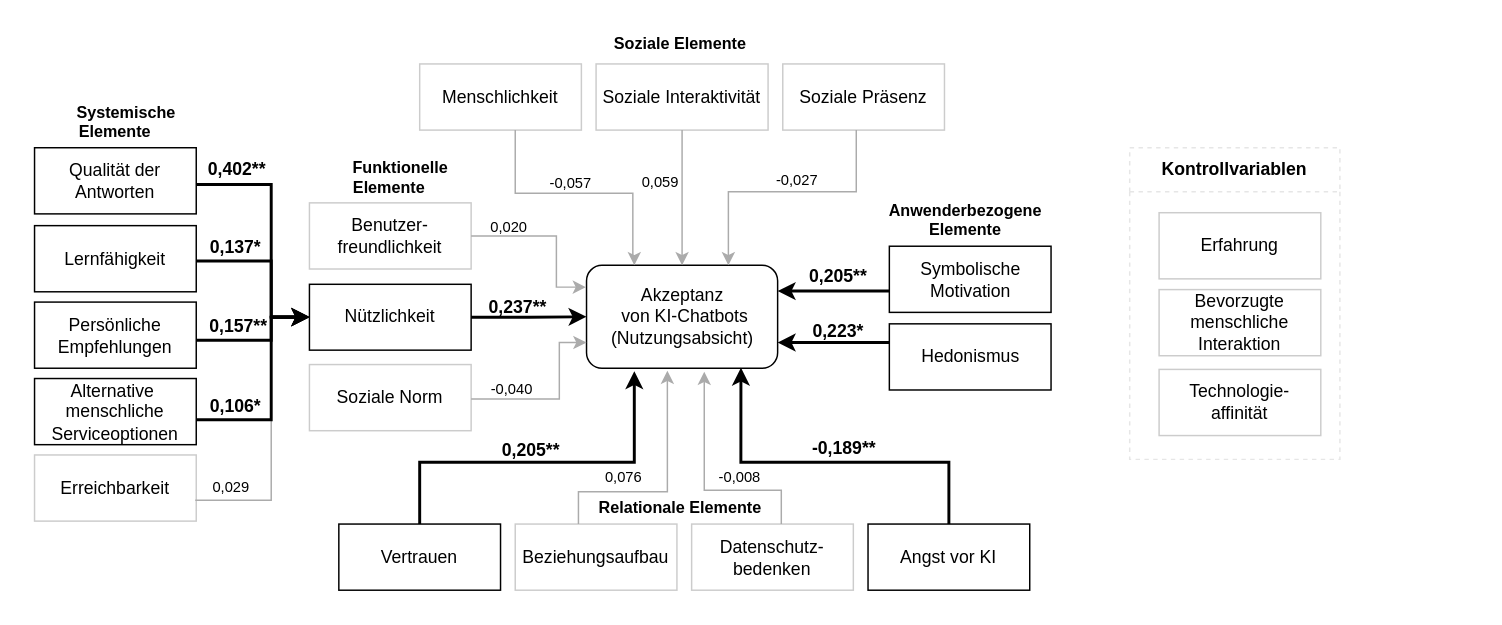
This is page "Kopie von Hypothesen" (5 of 8) of sRAM.drawio from Frododo12/Web-Technologie, a draw.io file, before an edit. Source tidied: cells renumbered, new cells numbered last; positions are measured from the earlier drawing's top-left corner, leaving out a move shared by most shapes. Both pictures are drawn from the tidied source at 147%, with x=0, y=0 at pixel (25, 25).
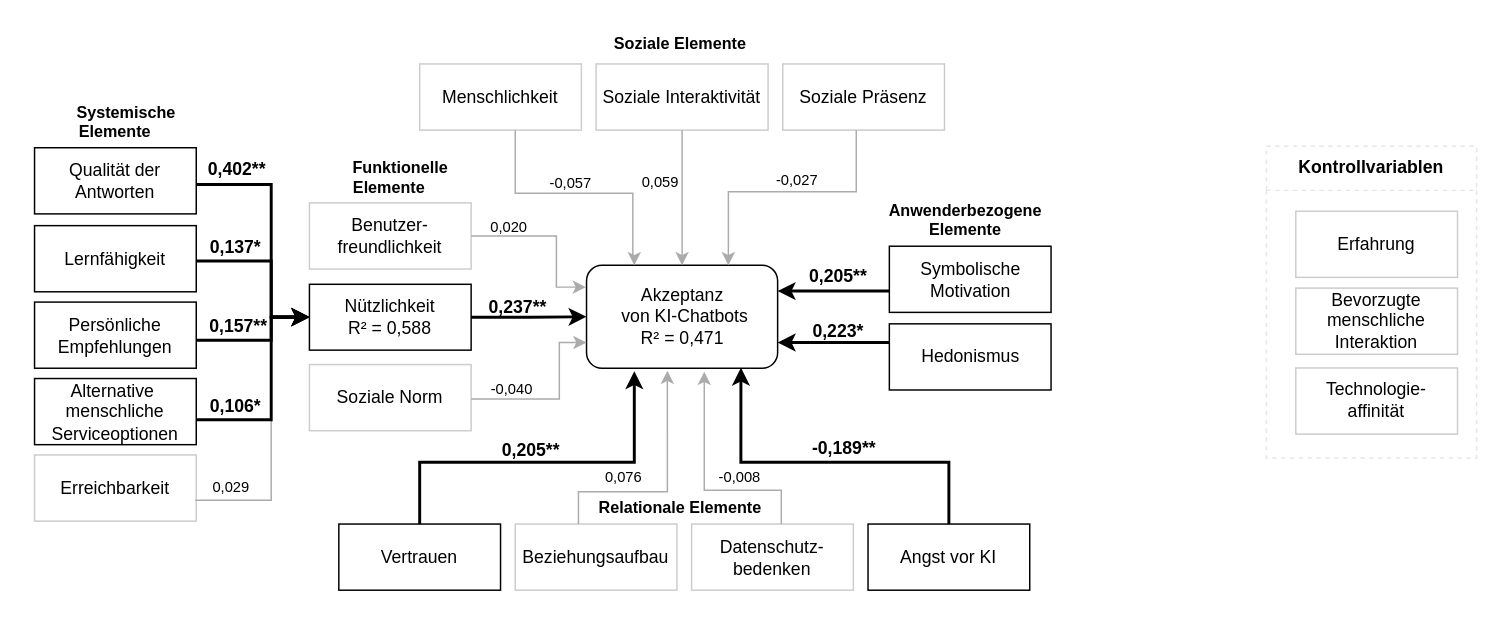
The same diagram, later.

Unchanged cells that the change refers to:
```xml
<mxCell id="8" value="&lt;br&gt;&amp;nbsp; &amp;nbsp; &amp;nbsp;Funktionelle Elemente" style="swimlane;whiteSpace=wrap;html=1;fillColor=#FFFFFF;startSize=29;strokeColor=none;fontSize=11;swimlaneLine=0;" parent="1" vertex="1">
  <mxGeometry x="184" y="82" width="127" height="200" as="geometry" />
</mxCell>
```

Change to the diagram source:
```diff
@@
-    <mxCell id="2" value="Akzeptanz&lt;br&gt;&amp;nbsp;von KI-Chatbots&lt;br&gt;(Nutzungsabsicht)" style="rounded=1;whiteSpace=wrap;html=1;glass=0;shadow=0;" parent="1" vertex="1">
+    <mxCell id="2" value="Akzeptanz&lt;br&gt;&amp;nbsp;von KI-Chatbots&lt;br&gt;R² = 0,471" style="rounded=1;whiteSpace=wrap;html=1;glass=0;shadow=0;" parent="1" vertex="1">
       <mxGeometry x="381.5" y="163" width="130" height="70" as="geometry" />
     </mxCell>
@@
-    <mxCell id="9" value="Nützlichkeit" style="rounded=0;whiteSpace=wrap;html=1;" parent="8" vertex="1">
+    <mxCell id="9" value="Nützlichkeit&lt;br&gt;R² = 0,588" style="rounded=0;whiteSpace=wrap;html=1;" parent="8" vertex="1">
       <mxGeometry x="9" y="93.9" width="110" height="44.8" as="geometry" />
     </mxCell>
@@
     <mxCell id="25" value="Kontrollvariablen" style="swimlane;whiteSpace=wrap;html=1;startSize=30;fillColor=#FFFFFF;dashed=1;strokeColor=#E6E6E6;" parent="1" vertex="1">
-      <mxGeometry x="751" y="83" width="143" height="212" as="geometry" />
+      <mxGeometry x="844" y="82" width="143" height="212" as="geometry" />
     </mxCell>
```
